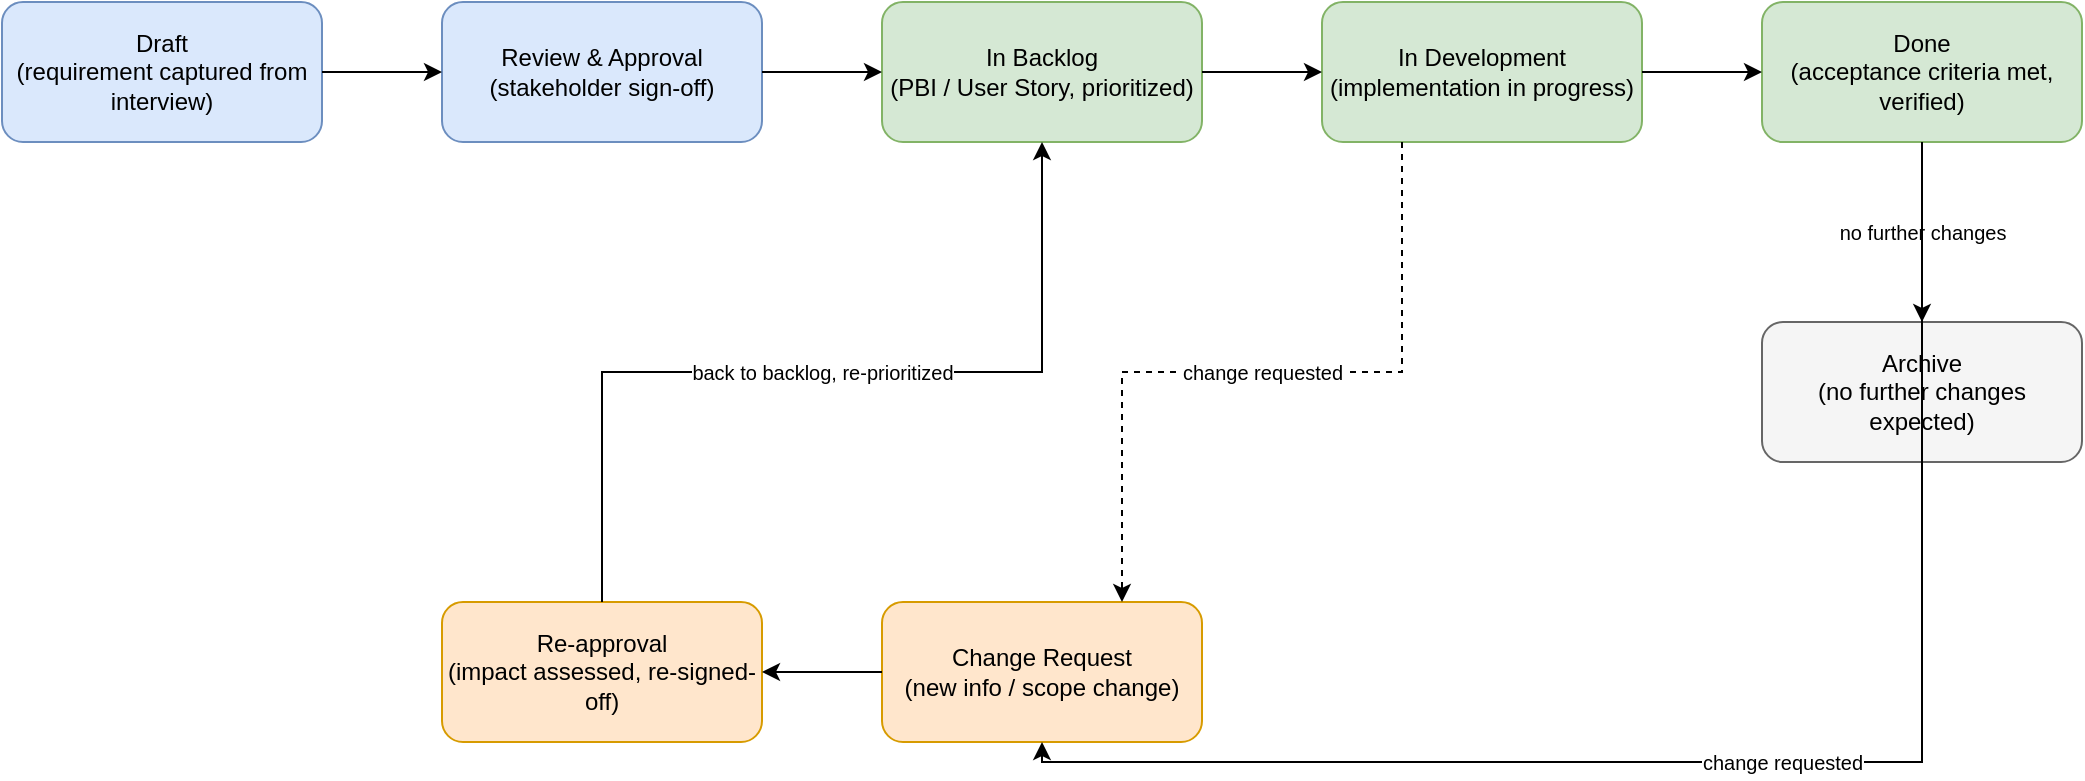
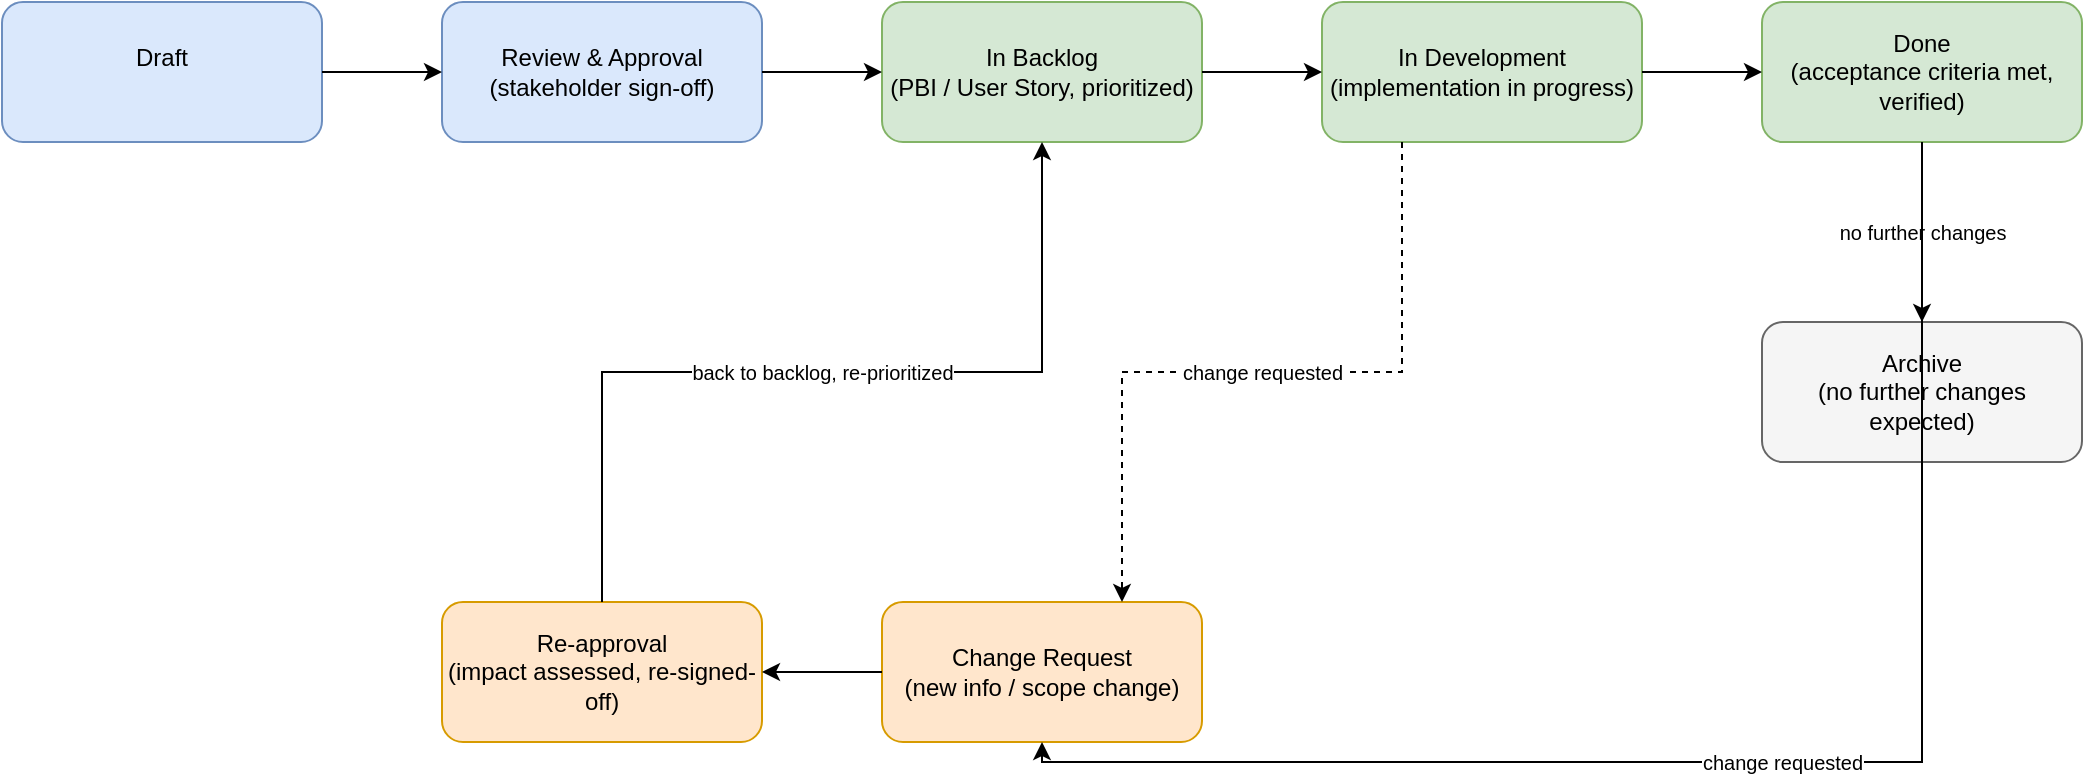
<mxfile host="app.diagrams.net" agent="claude" version="24.0.0">
  <diagram name="Requirements Lifecycle" id="req-lifecycle-1">
    <mxGraphModel dx="1200" dy="700" grid="1" gridSize="10" guides="1" tooltips="1" connect="1" arrows="1" fold="1" page="1" pageScale="1" pageWidth="1200" pageHeight="650" math="0" shadow="0">
      <root>
        <mxCell id="0" />
        <mxCell id="1" parent="0" />

-         <!-- Main flow nodes -->
-         <mxCell id="n_draft" value="Draft&#10;(requirement captured from interview)" style="rounded=1;whiteSpace=wrap;html=1;fillColor=#dae8fc;strokeColor=#6c8ebf;" vertex="1" parent="1">
+         <mxCell id="n_draft" value="Draft&#10;" style="rounded=1;whiteSpace=wrap;html=1;fillColor=#dae8fc;strokeColor=#6c8ebf;" vertex="1" parent="1">
          <mxGeometry x="60" y="60" width="160" height="70" as="geometry" />
        </mxCell>

        <mxCell id="n_review" value="Review &amp; Approval&#10;(stakeholder sign-off)" style="rounded=1;whiteSpace=wrap;html=1;fillColor=#dae8fc;strokeColor=#6c8ebf;" vertex="1" parent="1">
          <mxGeometry x="280" y="60" width="160" height="70" as="geometry" />
        </mxCell>

        <mxCell id="n_backlog" value="In Backlog&#10;(PBI / User Story, prioritized)" style="rounded=1;whiteSpace=wrap;html=1;fillColor=#d5e8d4;strokeColor=#82b366;" vertex="1" parent="1">
          <mxGeometry x="500" y="60" width="160" height="70" as="geometry" />
        </mxCell>

        <mxCell id="n_dev" value="In Development&#10;(implementation in progress)" style="rounded=1;whiteSpace=wrap;html=1;fillColor=#d5e8d4;strokeColor=#82b366;" vertex="1" parent="1">
          <mxGeometry x="720" y="60" width="160" height="70" as="geometry" />
        </mxCell>

        <mxCell id="n_done" value="Done&#10;(acceptance criteria met, verified)" style="rounded=1;whiteSpace=wrap;html=1;fillColor=#d5e8d4;strokeColor=#82b366;" vertex="1" parent="1">
          <mxGeometry x="940" y="60" width="160" height="70" as="geometry" />
        </mxCell>

        <mxCell id="n_archive" value="Archive&#10;(no further changes expected)" style="rounded=1;whiteSpace=wrap;html=1;fillColor=#f5f5f5;strokeColor=#666666;" vertex="1" parent="1">
          <mxGeometry x="940" y="220" width="160" height="70" as="geometry" />
        </mxCell>

-         <!-- Change loop -->
        <mxCell id="n_change" value="Change Request&#10;(new info / scope change)" style="rounded=1;whiteSpace=wrap;html=1;fillColor=#ffe6cc;strokeColor=#d79b00;" vertex="1" parent="1">
          <mxGeometry x="500" y="360" width="160" height="70" as="geometry" />
        </mxCell>

        <mxCell id="n_reapproval" value="Re-approval&#10;(impact assessed, re-signed-off)" style="rounded=1;whiteSpace=wrap;html=1;fillColor=#ffe6cc;strokeColor=#d79b00;" vertex="1" parent="1">
          <mxGeometry x="280" y="360" width="160" height="70" as="geometry" />
        </mxCell>

-         <!-- Main flow edges -->
        <mxCell id="e1" style="edgeStyle=orthogonalEdgeStyle;rounded=0;html=1;" edge="1" parent="1" source="n_draft" target="n_review">
          <mxGeometry relative="1" as="geometry" />
        </mxCell>
        <mxCell id="e2" style="edgeStyle=orthogonalEdgeStyle;rounded=0;html=1;" edge="1" parent="1" source="n_review" target="n_backlog">
          <mxGeometry relative="1" as="geometry" />
        </mxCell>
        <mxCell id="e3" style="edgeStyle=orthogonalEdgeStyle;rounded=0;html=1;" edge="1" parent="1" source="n_backlog" target="n_dev">
          <mxGeometry relative="1" as="geometry" />
        </mxCell>
        <mxCell id="e4" style="edgeStyle=orthogonalEdgeStyle;rounded=0;html=1;" edge="1" parent="1" source="n_dev" target="n_done">
          <mxGeometry relative="1" as="geometry" />
        </mxCell>
        <mxCell id="e5" value="no further changes" style="edgeStyle=orthogonalEdgeStyle;rounded=0;html=1;fontSize=10;" edge="1" parent="1" source="n_done" target="n_archive">
          <mxGeometry relative="1" as="geometry" />
        </mxCell>

-         <!-- Change request loop -->
        <mxCell id="e6" value="change requested" style="edgeStyle=orthogonalEdgeStyle;rounded=0;html=1;fontSize=10;exitX=0.5;exitY=1;entryX=0.5;entryY=1;" edge="1" parent="1" source="n_done" target="n_change">
          <mxGeometry relative="1" as="geometry" />
        </mxCell>
        <mxCell id="e7" style="edgeStyle=orthogonalEdgeStyle;rounded=0;html=1;" edge="1" parent="1" source="n_change" target="n_reapproval">
          <mxGeometry relative="1" as="geometry" />
        </mxCell>
        <mxCell id="e8" value="back to backlog, re-prioritized" style="edgeStyle=orthogonalEdgeStyle;rounded=0;html=1;fontSize=10;exitX=0.5;exitY=0;entryX=0.5;entryY=1;" edge="1" parent="1" source="n_reapproval" target="n_backlog">
          <mxGeometry relative="1" as="geometry" />
        </mxCell>

-         <!-- Also allow change requests to originate from backlog/dev, not only done -->
        <mxCell id="e9" value="change requested" style="edgeStyle=orthogonalEdgeStyle;rounded=0;html=1;fontSize=10;dashed=1;exitX=0.25;exitY=1;entryX=0.75;entryY=0;" edge="1" parent="1" source="n_dev" target="n_change">
          <mxGeometry relative="1" as="geometry" />
        </mxCell>

      </root>
    </mxGraphModel>
  </diagram>
- </mxfile>
+ </mxfile>